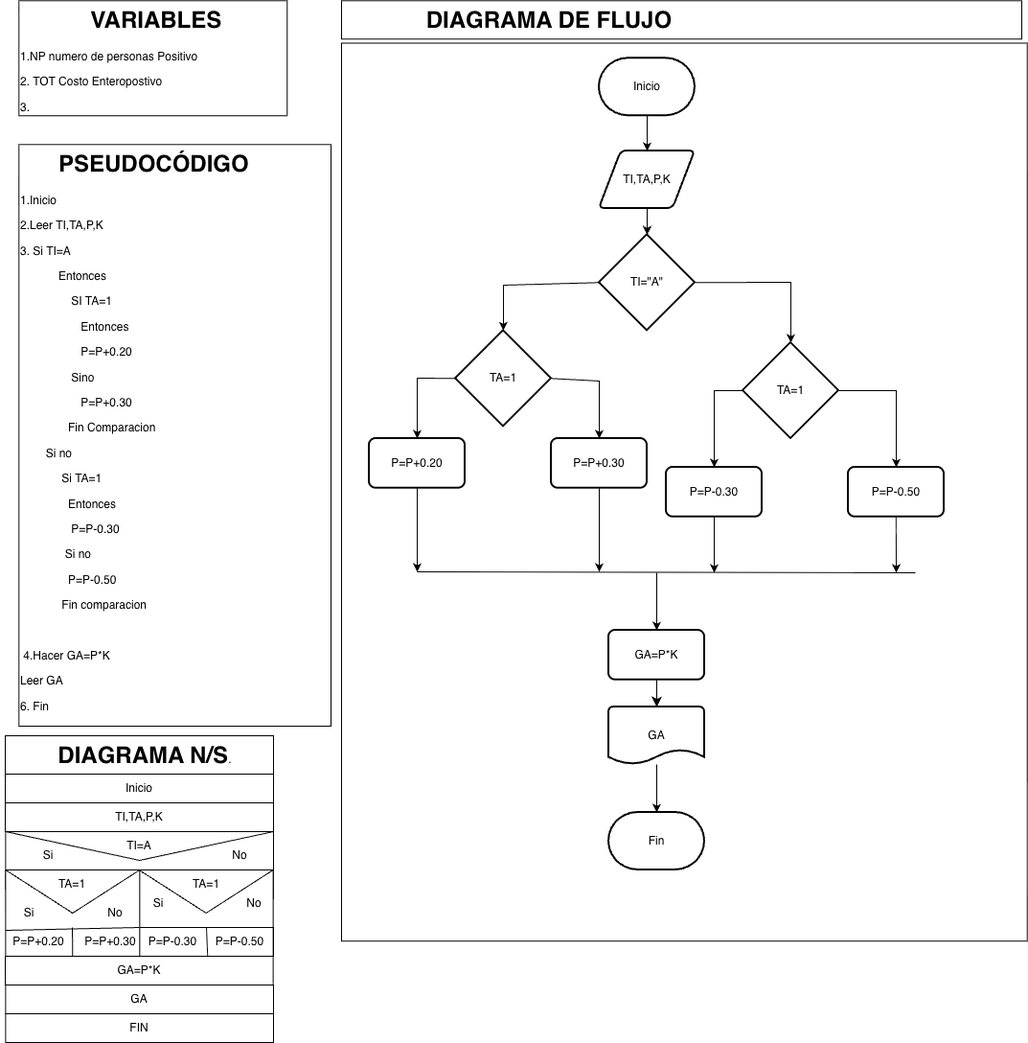
Before: Estructuras Selectivas/Copia de ejercicio_07_JoseIgnaciodrawio.png, a diagram exported from draw.io (josecontrerasu-bit/jicu). Source tidied: cells renumbered, new cells last; positions are measured from the earlier drawing's top-left corner, leaving out a move shared by most shapes.
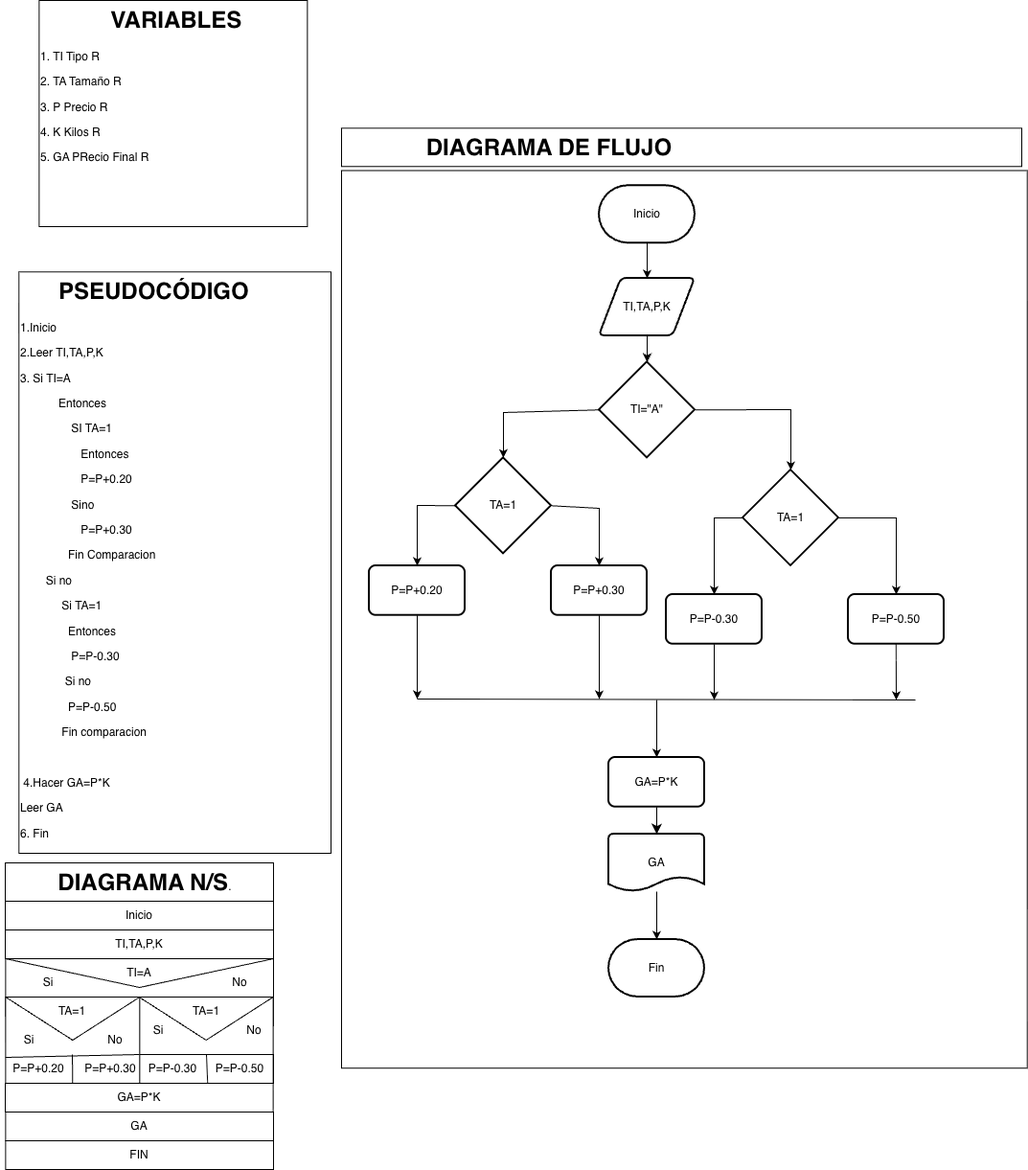
Later version of the same file.

What changed in the source:
```diff
@@ -8,8 +8,8 @@
     <mxCell id="3" value="&lt;h1 style=&quot;text-align: center; margin-top: 0px;&quot;&gt;&amp;nbsp; &amp;nbsp; &amp;nbsp; PSEUDOCÓDIGO&lt;/h1&gt;&lt;p&gt;1.Inicio&lt;/p&gt;&lt;p&gt;&lt;span style=&quot;background-color: transparent; color: light-dark(rgb(0, 0, 0), rgb(255, 255, 255));&quot;&gt;2.Leer TI,TA,P,K&lt;/span&gt;&lt;/p&gt;&lt;p&gt;3. Si TI=A&amp;nbsp;&lt;/p&gt;&lt;p&gt;&amp;nbsp; &amp;nbsp; &amp;nbsp; &amp;nbsp; &amp;nbsp; &amp;nbsp; E&lt;span style=&quot;background-color: transparent; color: light-dark(rgb(0, 0, 0), rgb(255, 255, 255));&quot;&gt;ntonces&lt;/span&gt;&lt;/p&gt;&lt;p&gt;&amp;nbsp; &amp;nbsp; &amp;nbsp; &amp;nbsp; &amp;nbsp; &amp;nbsp; &amp;nbsp; &amp;nbsp; SI TA=1&lt;/p&gt;&lt;p&gt;&amp;nbsp; &amp;nbsp; &amp;nbsp; &amp;nbsp; &amp;nbsp; &amp;nbsp; &amp;nbsp; &amp;nbsp; &amp;nbsp; &amp;nbsp;Entonces&lt;/p&gt;&lt;p&gt;&amp;nbsp; &amp;nbsp; &amp;nbsp; &amp;nbsp; &amp;nbsp; &amp;nbsp; &amp;nbsp; &amp;nbsp; &amp;nbsp; &amp;nbsp;P=P+0.20&lt;/p&gt;&lt;p&gt;&amp;nbsp; &amp;nbsp; &amp;nbsp; &amp;nbsp; &amp;nbsp; &amp;nbsp; &amp;nbsp; &amp;nbsp; Sino&lt;/p&gt;&lt;p&gt;&amp;nbsp; &amp;nbsp; &amp;nbsp; &amp;nbsp; &amp;nbsp; &amp;nbsp; &amp;nbsp; &amp;nbsp; &amp;nbsp; &amp;nbsp;P=P+0.30&lt;/p&gt;&lt;p&gt;&amp;nbsp; &amp;nbsp; &amp;nbsp; &amp;nbsp; &amp;nbsp; &amp;nbsp; &amp;nbsp; &amp;nbsp;Fin Comparacion&lt;/p&gt;&lt;p&gt;&amp;nbsp; &amp;nbsp; &amp;nbsp; &amp;nbsp; Si no&lt;/p&gt;&lt;p&gt;&amp;nbsp; &amp;nbsp; &amp;nbsp; &amp;nbsp; &amp;nbsp; &amp;nbsp; &amp;nbsp;Si TA=1&lt;/p&gt;&lt;p&gt;&amp;nbsp; &amp;nbsp; &amp;nbsp; &amp;nbsp; &amp;nbsp; &amp;nbsp; &amp;nbsp; &amp;nbsp;Entonces&lt;/p&gt;&lt;p&gt;&amp;nbsp; &amp;nbsp; &amp;nbsp; &amp;nbsp; &amp;nbsp; &amp;nbsp; &amp;nbsp; &amp;nbsp; P=P-0.30&lt;/p&gt;&lt;p&gt;&amp;nbsp; &amp;nbsp; &amp;nbsp; &amp;nbsp; &amp;nbsp; &amp;nbsp; &amp;nbsp; Si no&lt;/p&gt;&lt;p&gt;&amp;nbsp; &amp;nbsp; &amp;nbsp; &amp;nbsp; &amp;nbsp; &amp;nbsp; &amp;nbsp; &amp;nbsp;P=P-0.50&lt;/p&gt;&lt;p&gt;&amp;nbsp; &amp;nbsp; &amp;nbsp; &amp;nbsp; &amp;nbsp; &amp;nbsp; &amp;nbsp;Fin comparacion&lt;/p&gt;&lt;p&gt;&lt;br&gt;&lt;/p&gt;&lt;p&gt;&amp;nbsp;4.Hacer GA=P*K&lt;/p&gt;&lt;p&gt;Leer GA&lt;/p&gt;&lt;p&gt;&lt;span style=&quot;background-color: transparent; color: light-dark(rgb(0, 0, 0), rgb(255, 255, 255));&quot;&gt;6. Fin&lt;/span&gt;&lt;/p&gt;&lt;p&gt;&lt;br&gt;&lt;/p&gt;" style="text;html=1;whiteSpace=wrap;overflow=hidden;rounded=0;perimeterSpacing=1;strokeColor=default;" parent="1" vertex="1">
       <mxGeometry x="19.3" y="150.3" width="325.7" height="606.7" as="geometry" />
     </mxCell>
-    <mxCell id="4" value="&lt;h1 style=&quot;text-align: center; margin-top: 0px;&quot;&gt;&amp;nbsp; &amp;nbsp; &amp;nbsp; &amp;nbsp; &amp;nbsp; &amp;nbsp;VARIABLES&lt;/h1&gt;&lt;p&gt;1.NP numero de personas Positivo&lt;/p&gt;&lt;p&gt;2. TOT Costo Enteropostivo&lt;/p&gt;&lt;p&gt;3.&lt;/p&gt;&lt;p&gt;4.&lt;/p&gt;&lt;p&gt;5.&lt;/p&gt;&lt;p&gt;&lt;br&gt;&lt;/p&gt;" style="text;html=1;whiteSpace=wrap;overflow=hidden;rounded=0;perimeterSpacing=1;strokeColor=default;" parent="1" vertex="1">
-      <mxGeometry x="19.3" y="0.3" width="280" height="120" as="geometry" />
+    <mxCell id="4" value="&lt;h1 style=&quot;text-align: center; margin-top: 0px;&quot;&gt;&amp;nbsp; &amp;nbsp; &amp;nbsp; &amp;nbsp; &amp;nbsp; &amp;nbsp;VARIABLES&lt;/h1&gt;&lt;p&gt;1. TI Tipo R&lt;/p&gt;&lt;p&gt;2. TA Tamaño R&lt;/p&gt;&lt;p&gt;3. P Precio R&lt;/p&gt;&lt;p&gt;4. K Kilos R&lt;/p&gt;&lt;p&gt;5. GA PRecio Final R&lt;/p&gt;" style="text;html=1;whiteSpace=wrap;overflow=hidden;rounded=0;perimeterSpacing=1;strokeColor=default;" parent="1" vertex="1">
+      <mxGeometry x="40.3" y="-133" width="280" height="236" as="geometry" />
     </mxCell>
     <mxCell id="5" value="&lt;h1 style=&quot;text-align: center; margin-top: 0px;&quot;&gt;&amp;nbsp; &amp;nbsp; &amp;nbsp; &amp;nbsp; DIAGRAMA N/S&lt;span style=&quot;background-color: transparent; color: light-dark(rgb(0, 0, 0), rgb(255, 255, 255)); font-size: 12px; font-weight: normal; text-align: left;&quot;&gt;.&lt;/span&gt;&lt;/h1&gt;&lt;p&gt;&lt;br&gt;&lt;/p&gt;" style="text;html=1;whiteSpace=wrap;overflow=hidden;rounded=0;perimeterSpacing=1;strokeColor=default;" parent="1" vertex="1">
       <mxGeometry x="5" y="767" width="280" height="40" as="geometry" />
```
